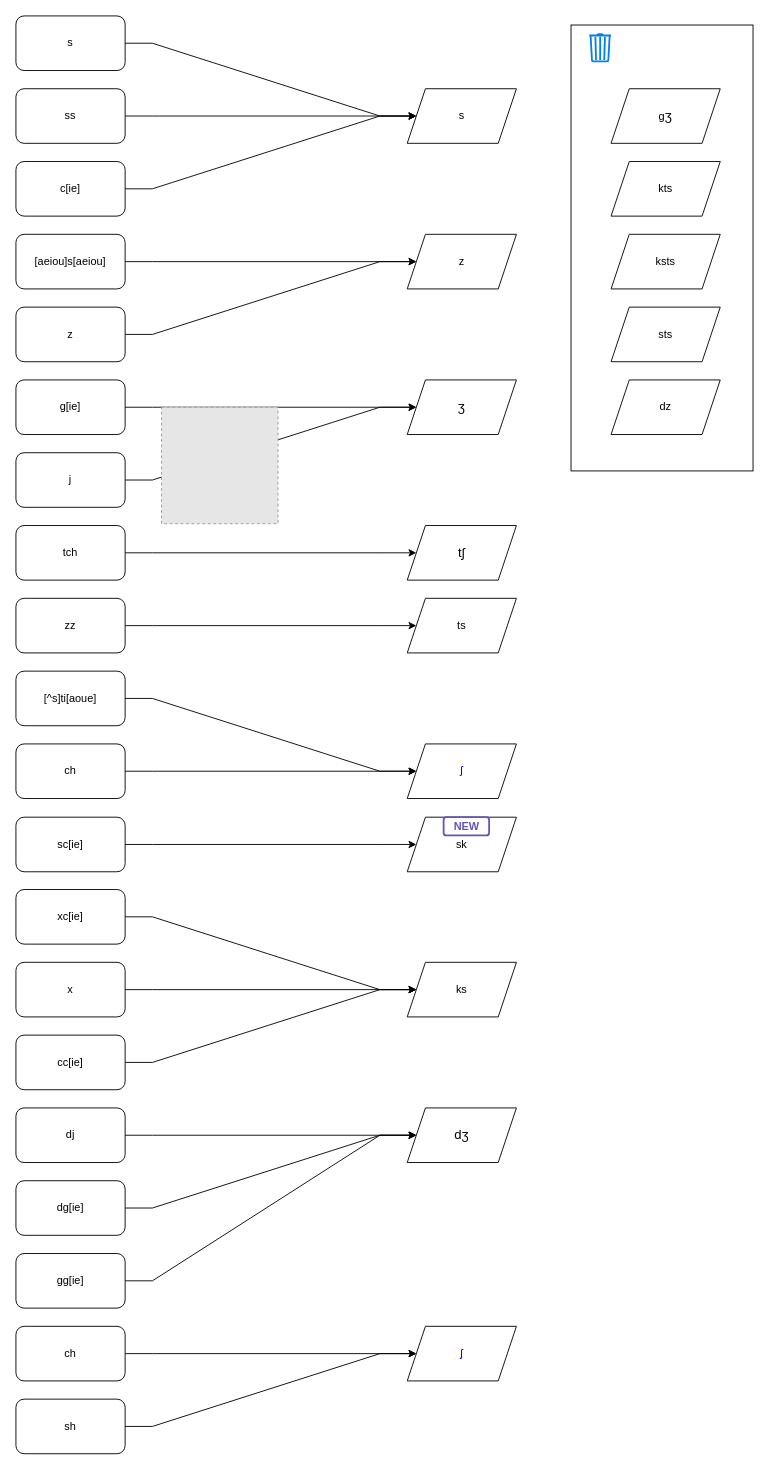
Earlier version of the draw.io diagram proposed mappings.drawio (medavox/drawio.diagrams). Source tidied: cells renumbered, new cells numbered last; positions are measured from the earlier drawing's top-left corner, leaving out a move shared by most shapes. Both pictures are drawn from the tidied source at 91%, with x=0, y=0 at pixel (15, 15). Pictures stored in the file or linked from it are replaced by grey dashed boxes.
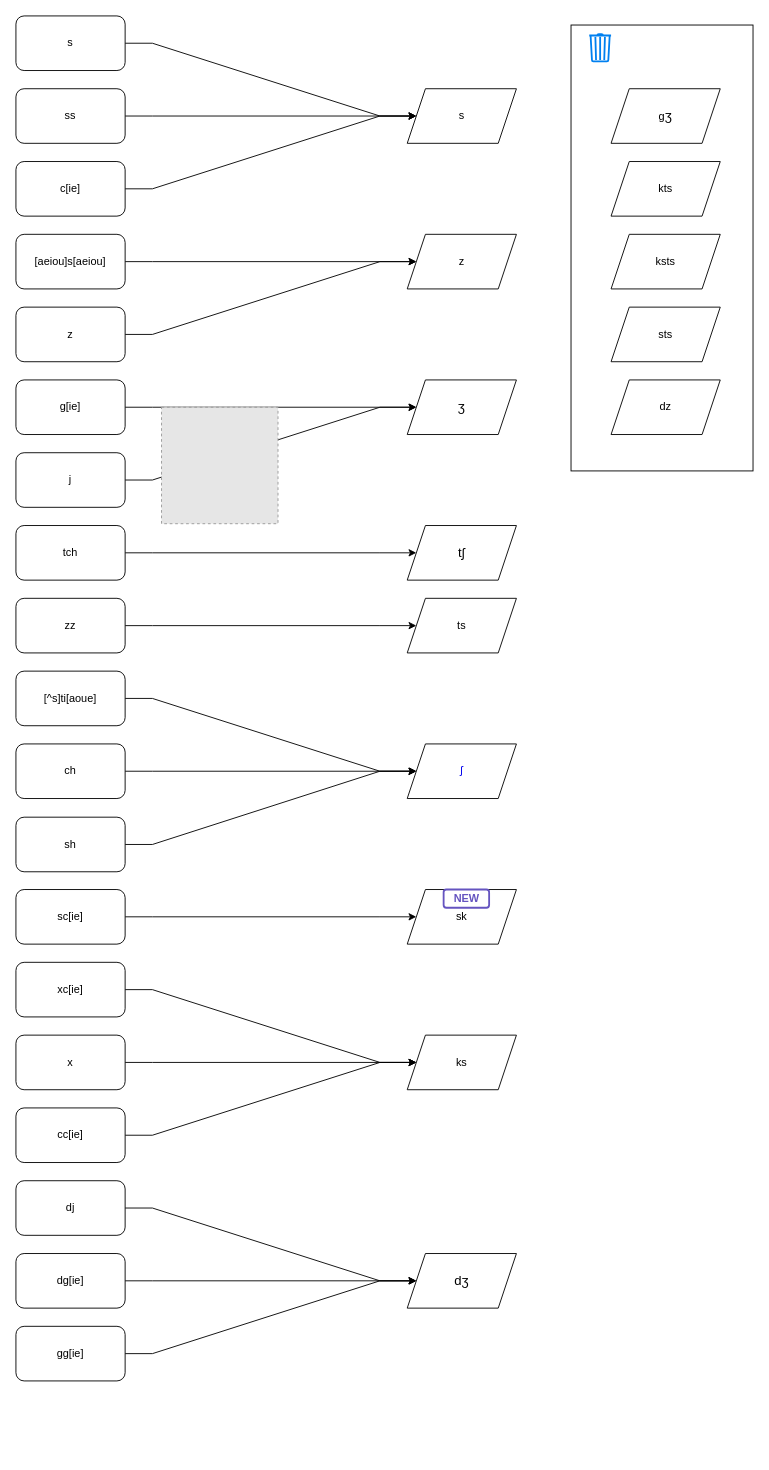
The same diagram, later.

The change refers to these unchanged cells:
```xml
<mxCell id="8" value="&lt;span class=&quot;IPA&quot; lang=&quot;und-fonipa&quot;&gt;&lt;a title=&quot;Voiceless postalveolar fricative&quot; href=&quot;https://en.wikipedia.org/wiki/Voiceless_postalveolar_fricative&quot;&gt;ʃ&lt;/a&gt;&lt;/span&gt;" style="shape=parallelogram;perimeter=parallelogramPerimeter;whiteSpace=wrap;html=1;fixedSize=1;" parent="1" vertex="1">
  <mxGeometry x="430" y="800" width="120" height="60" as="geometry" />
</mxCell>
```

Diff of the diagram source:
```diff
@@
     <mxCell id="30" value="sc[ie]" style="rounded=1;whiteSpace=wrap;html=1;fontColor=#000000;" parent="1" vertex="1">
-      <mxGeometry y="880.5" width="120" height="60" as="geometry" />
+      <mxGeometry y="960" width="120" height="60" as="geometry" />
     </mxCell>
@@
     <mxCell id="32" value="xc[ie]" style="rounded=1;whiteSpace=wrap;html=1;fontColor=#000000;" parent="1" vertex="1">
-      <mxGeometry y="960" width="120" height="60" as="geometry" />
+      <mxGeometry y="1040" width="120" height="60" as="geometry" />
     </mxCell>
@@
-    <mxCell id="35" value="&lt;span class=&quot;IPA&quot; lang=&quot;und-fonipa&quot;&gt;&lt;a href=&quot;https://en.wikipedia.org/wiki/Voiceless_postalveolar_fricative&quot; title=&quot;Voiceless postalveolar fricative&quot;&gt;ʃ&lt;/a&gt;&lt;/span&gt;" style="shape=parallelogram;perimeter=parallelogramPerimeter;whiteSpace=wrap;html=1;fixedSize=1;" parent="1" vertex="1">
-      <mxGeometry x="430" y="1440" width="120" height="60" as="geometry" />
-    </mxCell>
@@
     <mxCell id="37" value="&lt;span style=&quot;font-size: 120%;&quot;&gt;&lt;span class=&quot;IPA&quot; title=&quot;Representation in the International Phonetic Alphabet (IPA)&quot; lang=&quot;und-Latn-fonipa&quot;&gt;dʒ&lt;/span&gt;&lt;/span&gt;" style="shape=parallelogram;perimeter=parallelogramPerimeter;whiteSpace=wrap;html=1;fixedSize=1;" parent="1" vertex="1">
-      <mxGeometry x="430" y="1200" width="120" height="60" as="geometry" />
+      <mxGeometry x="430" y="1360" width="120" height="60" as="geometry" />
     </mxCell>
-    <mxCell id="38" style="edgeStyle=entityRelationEdgeStyle;rounded=0;jettySize=auto;html=1;fontColor=#000000;" parent="1" edge="1" source="39" target="35">
-      <mxGeometry relative="1" as="geometry" />
-    </mxCell>
-    <mxCell id="39" value="ch" style="rounded=1;whiteSpace=wrap;html=1;fontColor=#000000;" parent="1" vertex="1">
-      <mxGeometry y="1440" width="120" height="60" as="geometry" />
-    </mxCell>
@@
     <mxCell id="43" value="x" style="rounded=1;whiteSpace=wrap;html=1;fontColor=#000000;" parent="1" vertex="1">
-      <mxGeometry y="1040" width="120" height="60" as="geometry" />
+      <mxGeometry y="1120" width="120" height="60" as="geometry" />
     </mxCell>
     <mxCell id="44" value="ks" style="shape=parallelogram;perimeter=parallelogramPerimeter;whiteSpace=wrap;html=1;fixedSize=1;" parent="1" vertex="1">
-      <mxGeometry x="430" y="1040" width="120" height="60" as="geometry" />
+      <mxGeometry x="430" y="1120" width="120" height="60" as="geometry" />
     </mxCell>
@@
     <mxCell id="46" value="dj" style="rounded=1;whiteSpace=wrap;html=1;fontColor=#000000;" parent="1" vertex="1">
-      <mxGeometry y="1200" width="120" height="60" as="geometry" />
+      <mxGeometry y="1280" width="120" height="60" as="geometry" />
     </mxCell>
@@
     <mxCell id="48" value="dg[ie]" style="rounded=1;whiteSpace=wrap;html=1;fontColor=#000000;" parent="1" vertex="1">
-      <mxGeometry y="1280" width="120" height="60" as="geometry" />
+      <mxGeometry y="1360" width="120" height="60" as="geometry" />
     </mxCell>
-    <mxCell id="49" style="edgeStyle=entityRelationEdgeStyle;rounded=0;jettySize=auto;html=1;fontColor=#000000;" parent="1" edge="1" source="50" target="35">
+    <mxCell id="49" style="edgeStyle=entityRelationEdgeStyle;rounded=0;jettySize=auto;html=1;fontColor=#000000;" parent="1" edge="1" source="50" target="8">
       <mxGeometry relative="1" as="geometry" />
     </mxCell>
     <mxCell id="50" value="sh" style="rounded=1;whiteSpace=wrap;html=1;fontColor=#000000;" parent="1" vertex="1">
-      <mxGeometry y="1520" width="120" height="60" as="geometry" />
+      <mxGeometry y="880.5" width="120" height="60" as="geometry" />
     </mxCell>
@@
     <mxCell id="52" value="cc[ie]" style="rounded=1;whiteSpace=wrap;html=1;fontColor=#000000;" parent="1" vertex="1">
-      <mxGeometry y="1120" width="120" height="60" as="geometry" />
+      <mxGeometry y="1200" width="120" height="60" as="geometry" />
     </mxCell>
@@
     <mxCell id="55" value="gg[ie]" style="rounded=1;whiteSpace=wrap;html=1;fontColor=#000000;" parent="1" vertex="1">
-      <mxGeometry y="1360" width="120" height="60" as="geometry" />
+      <mxGeometry y="1440" width="120" height="60" as="geometry" />
     </mxCell>
@@
     <mxCell id="57" value="sk" style="shape=parallelogram;perimeter=parallelogramPerimeter;whiteSpace=wrap;html=1;fixedSize=1;" parent="1" vertex="1">
-      <mxGeometry x="430" y="880.5" width="120" height="60" as="geometry" />
+      <mxGeometry x="430" y="960" width="120" height="60" as="geometry" />
     </mxCell>
@@
     <mxCell id="60" value="NEW" style="dashed=0;html=1;rounded=1;strokeColor=#6554C0;fontSize=12;align=center;fontStyle=1;strokeWidth=2;fontColor=#6554C0;" parent="1" vertex="1">
-      <mxGeometry x="470" y="880.5" width="50" height="20" as="geometry" />
+      <mxGeometry x="470" y="960" width="50" height="20" as="geometry" />
     </mxCell>
```
